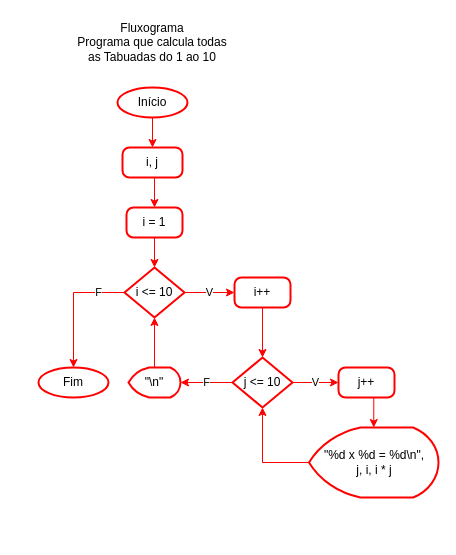
Earlier version of the draw.io diagram 2em/01-lop/aula05/tabuada.drawio (wellifabio/sesi2024). Source tidied: cells renumbered, new cells numbered last; positions are measured from the earlier drawing's top-left corner, leaving out a move shared by most shapes. Both pictures are drawn from the tidied source at 100%, with x=0, y=0 at pixel (38, 17).
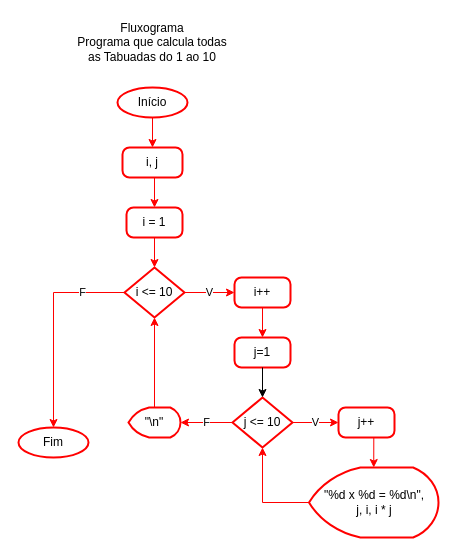
Above is the later version.

Unchanged cells that the change refers to:
```xml
<mxCell id="14" value="&lt;div&gt;i++&lt;/div&gt;" style="rounded=1;whiteSpace=wrap;html=1;absoluteArcSize=1;arcSize=14;strokeWidth=2;strokeColor=#FF0000;" parent="1" vertex="1">
  <mxGeometry x="196" y="260" width="56" height="30" as="geometry" />
</mxCell>
```

What changed in the source:
```diff
@@
     <mxCell id="5" value="Fim" style="strokeWidth=2;html=1;shape=mxgraph.flowchart.start_1;whiteSpace=wrap;strokeColor=#FF0000;" parent="1" vertex="1">
-      <mxGeometry y="350" width="70" height="30" as="geometry" />
+      <mxGeometry x="-20" y="410" width="70" height="30" as="geometry" />
     </mxCell>
@@
     <mxCell id="13" value="j &amp;lt;= 10" style="strokeWidth=2;html=1;shape=mxgraph.flowchart.decision;whiteSpace=wrap;strokeColor=#FF0000;" parent="1" vertex="1">
-      <mxGeometry x="194" y="340" width="60" height="50" as="geometry" />
+      <mxGeometry x="194" y="380" width="60" height="50" as="geometry" />
     </mxCell>
@@
     <mxCell id="15" value="&lt;div&gt;j++&lt;/div&gt;" style="rounded=1;whiteSpace=wrap;html=1;absoluteArcSize=1;arcSize=14;strokeWidth=2;strokeColor=#FF0000;" parent="1" vertex="1">
-      <mxGeometry x="300" y="350" width="56" height="30" as="geometry" />
+      <mxGeometry x="300" y="390" width="56" height="30" as="geometry" />
     </mxCell>
     <mxCell id="16" value="&quot;%d x %d = %d\n&quot;,&lt;div&gt;j, i, i * j&lt;/div&gt;" style="strokeWidth=2;html=1;shape=mxgraph.flowchart.display;whiteSpace=wrap;strokeColor=#FF0000;" parent="1" vertex="1">
-      <mxGeometry x="270.5" y="410" width="129.5" height="70" as="geometry" />
+      <mxGeometry x="270.5" y="450" width="129.5" height="70" as="geometry" />
     </mxCell>
     <mxCell id="17" value="&quot;\n&quot;" style="strokeWidth=2;html=1;shape=mxgraph.flowchart.display;whiteSpace=wrap;strokeColor=#FF0000;" parent="1" vertex="1">
-      <mxGeometry x="90" y="350" width="52" height="30" as="geometry" />
+      <mxGeometry x="90" y="390" width="52" height="30" as="geometry" />
     </mxCell>
@@
-    <mxCell id="19" style="edgeStyle=orthogonalEdgeStyle;rounded=0;jettySize=auto;html=1;exitX=0.5;exitY=1;exitDx=0;exitDy=0;entryX=0.5;entryY=0;entryDx=0;entryDy=0;entryPerimeter=0;strokeColor=#FF0000;" parent="1" edge="1" source="14" target="13">
+    <mxCell id="19" style="edgeStyle=orthogonalEdgeStyle;rounded=0;jettySize=auto;html=1;exitX=0.5;exitY=1;exitDx=0;exitDy=0;entryX=0.5;entryY=0;entryDx=0;entryDy=0;strokeColor=#FF0000;" parent="1" edge="1" source="14" target="24">
       <mxGeometry relative="1" as="geometry" />
     </mxCell>
@@
+    <mxCell id="24" value="j=1" style="rounded=1;whiteSpace=wrap;html=1;absoluteArcSize=1;arcSize=14;strokeWidth=2;strokeColor=#FF0000;" parent="1" vertex="1">
+      <mxGeometry x="196" y="320" width="56" height="30" as="geometry" />
+    </mxCell>
+    <mxCell id="25" style="edgeStyle=orthogonalEdgeStyle;rounded=0;jettySize=auto;html=1;exitX=0.5;exitY=1;exitDx=0;exitDy=0;entryX=0.5;entryY=0;entryDx=0;entryDy=0;entryPerimeter=0;" parent="1" edge="1" source="24" target="13">
+      <mxGeometry relative="1" as="geometry" />
+    </mxCell>
```
